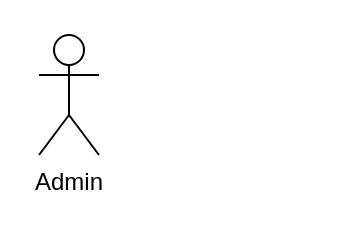
Above: Mini-Proj/MP_CC_EntryDD.drawio in mahesri/uml_ads_sms3 (draw.io), before the change. Source tidied: cells renumbered, new cells numbered last; positions are measured from the earlier drawing's top-left corner, leaving out a move shared by most shapes. Both pictures are drawn from the tidied source at 200%, with x=0, y=0 at pixel (38, 34).
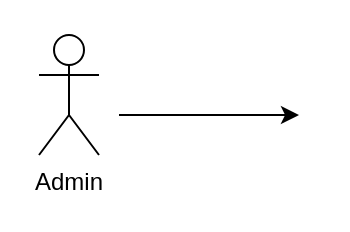
After the change.

What changed in the source:
```diff
@@
 <mxGraphModel>
   <root>
     <mxCell id="0" />
     <mxCell id="1" parent="0" />
     <mxCell id="2" value="Admin" style="shape=umlActor;verticalLabelPosition=bottom;verticalAlign=top;html=1;" parent="1" vertex="1">
       <mxGeometry width="30" height="60" as="geometry" />
     </mxCell>
+    <mxCell id="3" style="endArrow=classic;html=1;rounded=0;" parent="1" edge="1">
+      <mxGeometry relative="1" as="geometry">
+        <mxPoint x="40" y="40" as="sourcePoint" />
+        <mxPoint x="130" y="40" as="targetPoint" />
+      </mxGeometry>
+    </mxCell>
   </root>
 </mxGraphModel>
```
